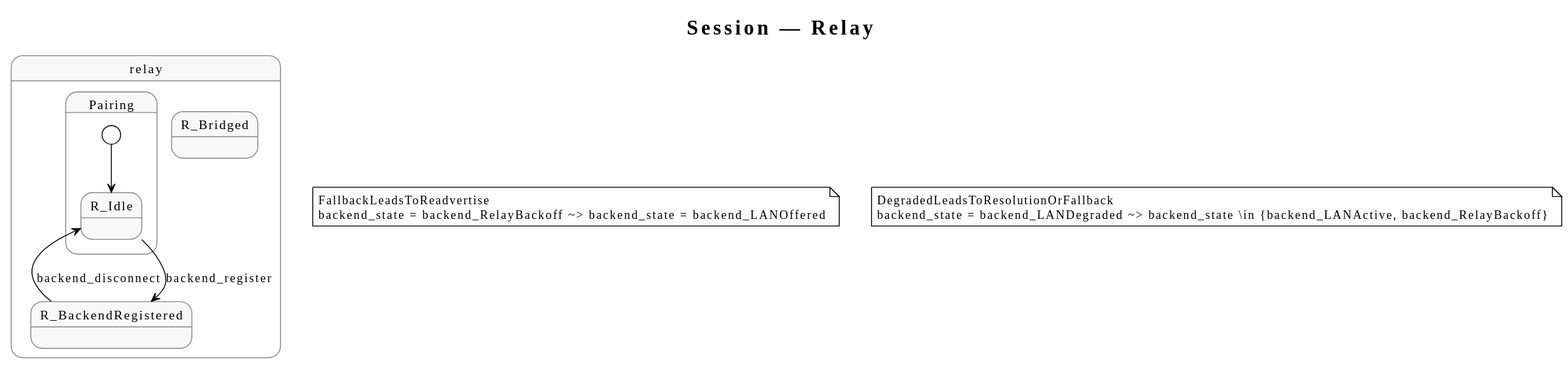
Above: docs/session-relay.svg in marcelocantos/pigeon (PlantUML), before the change. Its diagram source:
```plantuml
@startuml
!theme plain
skinparam backgroundColor white
skinparam state {
  BackgroundColor #f8f8f8
  BorderColor #888
}

title Session — Relay

state "relay" as R {
  state "Pairing" as R_Pairing {
    [*] --> R_Idle
  }

  R_Idle --> R_BackendRegistered : backend_register
  R_BackendRegistered --> R_Idle : backend_disconnect
  state R_BackendRegistered
  state R_Bridged
}




note "FallbackLeadsToReadvertise\nbackend_state = backend_RelayBackoff ~> backend_state = backend_LANOffered" as N_FallbackLeadsToReadvertise
note "DegradedLeadsToResolutionOrFallback\nbackend_state = backend_LANDegraded ~> backend_state \in {backend_LANActive, backend_RelayBackoff}" as N_DegradedLeadsToResolutionOrFallback
@enduml
```
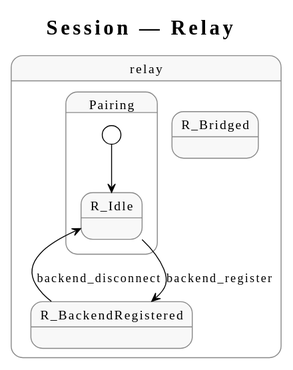
After the commit.

Commit message:
Remove floating leads-to notes from PlantUML diagrams

The edit, as a diff of the source:
```diff
@@ -19,9 +19,4 @@
   state R_Bridged
 }
 
-
-
-
-note "FallbackLeadsToReadvertise\nbackend_state = backend_RelayBackoff ~> backend_state = backend_LANOffered" as N_FallbackLeadsToReadvertise
-note "DegradedLeadsToResolutionOrFallback\nbackend_state = backend_LANDegraded ~> backend_state \in {backend_LANActive, backend_RelayBackoff}" as N_DegradedLeadsToResolutionOrFallback
 @enduml
```
